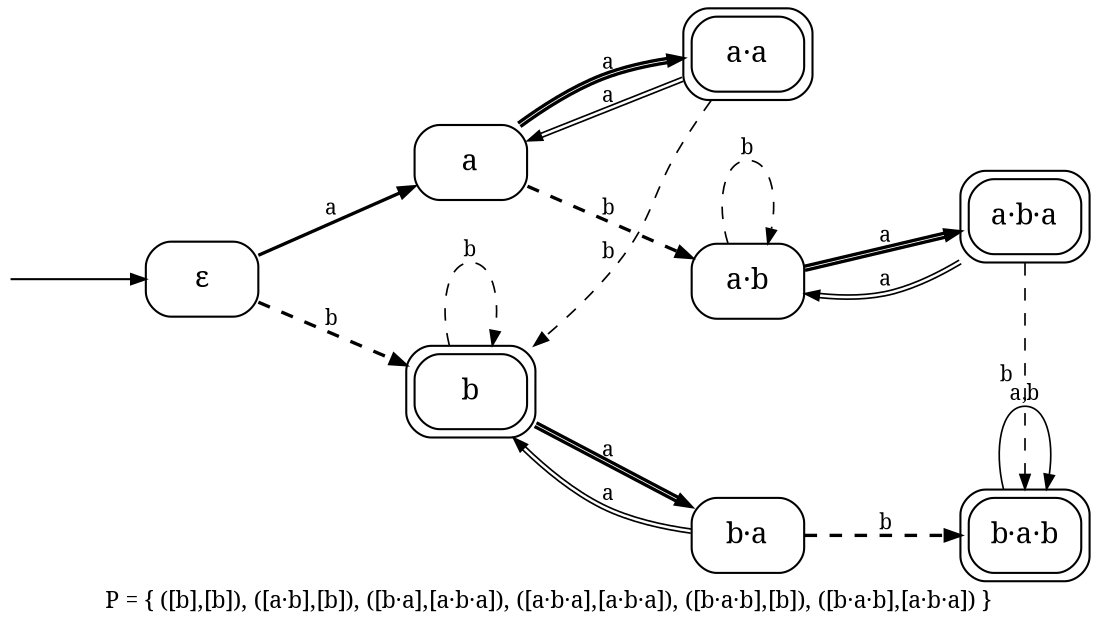
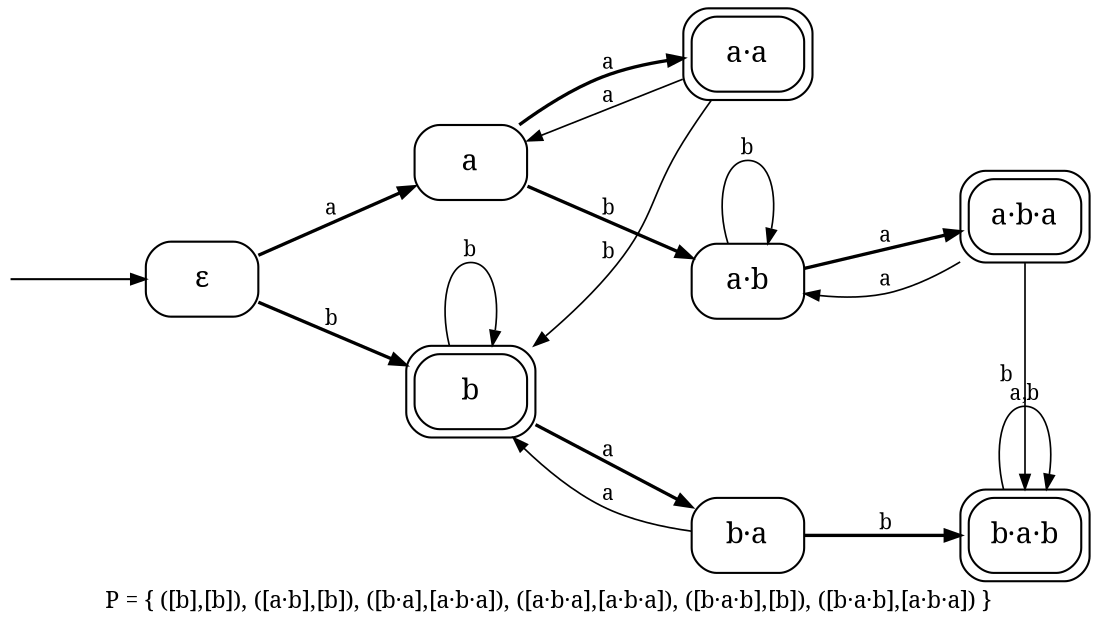
// sos2cayley evenblocks.sos --rename a=a,!a=b
digraph core_F3_evenblocks {
  rankdir=LR;
  ranksep=0.87; nodesep=0.55;
  node [shape=box, style=rounded, fontname="serif", margin="0.06,0.03"];
  edge [fontname="serif", fontsize=10, arrowsize=0.7];
  label="P = { ([b],[b]), ([a·b],[b]), ([b·a],[a·b·a]), ([a·b·a],[a·b·a]), ([b·a·b],[b]), ([b·a·b],[a·b·a]) }"; labelloc="b"; labeljust="c";
  fontname="serif"; fontsize=11;

  eps [label="ε"];
  a [label="a"];
  b [label="b", peripheries=2];
  aa [label="a·a", peripheries=2];
  ab [label="a·b"];
  ba [label="b·a"];
  aba [label="a·b·a", peripheries=2];
  bab [label="b·a·b", peripheries=2];
  _init [shape=none, label="", width=0.02, height=0.02];
  _init -> eps;

  { rank=same; eps; }
  { rank=same; a b; }
  { rank=same; aa ab ba; }
  { rank=same; aba bab; }

-   eps -> a [label="a", style=solid, penwidth=1.6];
-   eps -> b [label="b", style=dashed, penwidth=1.6];
-   a -> aa [label="a", style=solid, penwidth=1.6, color="black:black"];
-   a -> ab [label="b", style=dashed, penwidth=1.6];
-   b -> ba [label="a", style=solid, penwidth=1.6, color="black:black"];
-   b -> b [label="b", style=dashed, penwidth=0.8];
-   aa -> a [label="a", style=solid, penwidth=0.8, color="black:black"];
-   aa -> b [label="b", style=dashed, penwidth=0.8];
-   ab -> aba [label="a", style=solid, penwidth=1.6, color="black:black"];
-   ab -> ab [label="b", style=dashed, penwidth=0.8];
-   ba -> b [label="a", style=solid, penwidth=0.8, color="black:black"];
-   ba -> bab [label="b", style=dashed, penwidth=1.6];
-   aba -> ab [label="a", style=solid, penwidth=0.8, color="black:black"];
-   aba -> bab [label="b", style=dashed, penwidth=0.8];
-   bab -> bab [label="a,b", style=solid, penwidth=0.8];
+   eps -> a [label="a", penwidth=1.6];
+   eps -> b [label="b", penwidth=1.6];
+   a -> aa [label="a", penwidth=1.6];
+   a -> ab [label="b", penwidth=1.6];
+   b -> ba [label="a", penwidth=1.6];
+   b -> b [label="b", penwidth=0.8];
+   aa -> a [label="a", penwidth=0.8];
+   aa -> b [label="b", penwidth=0.8];
+   ab -> aba [label="a", penwidth=1.6];
+   ab -> ab [label="b", penwidth=0.8];
+   ba -> b [label="a", penwidth=0.8];
+   ba -> bab [label="b", penwidth=1.6];
+   aba -> ab [label="a", penwidth=0.8];
+   aba -> bab [label="b", penwidth=0.8];
+   bab -> bab [label="a,b", penwidth=0.8];
}
